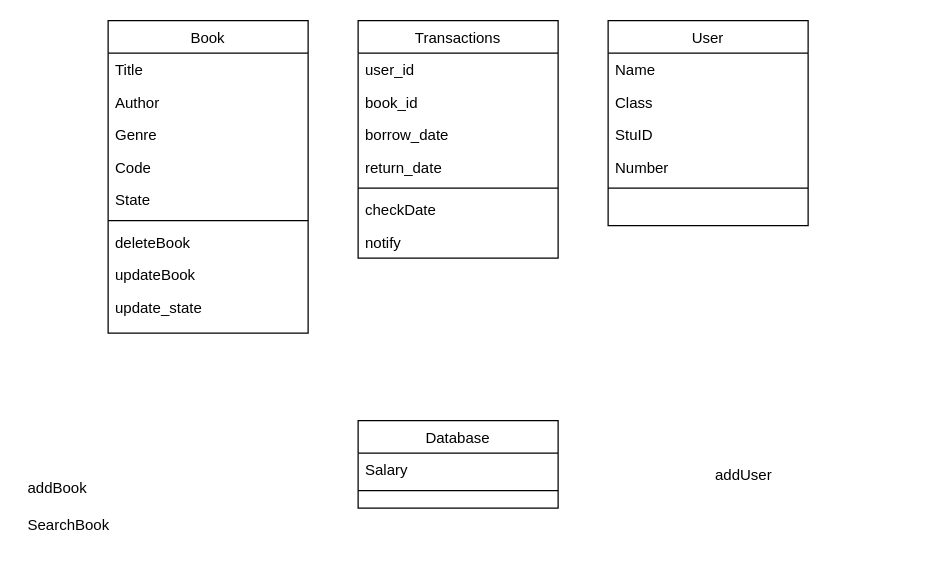
Above: Diagrams/EasyLib.drawio in Kia88DC/EasyLib (draw.io), before the change. Source tidied: cells renumbered, new cells numbered last; positions are measured from the earlier drawing's top-left corner, leaving out a move shared by most shapes. Both pictures are drawn from the tidied source at 125%, with x=0, y=0 at pixel (20, 20).
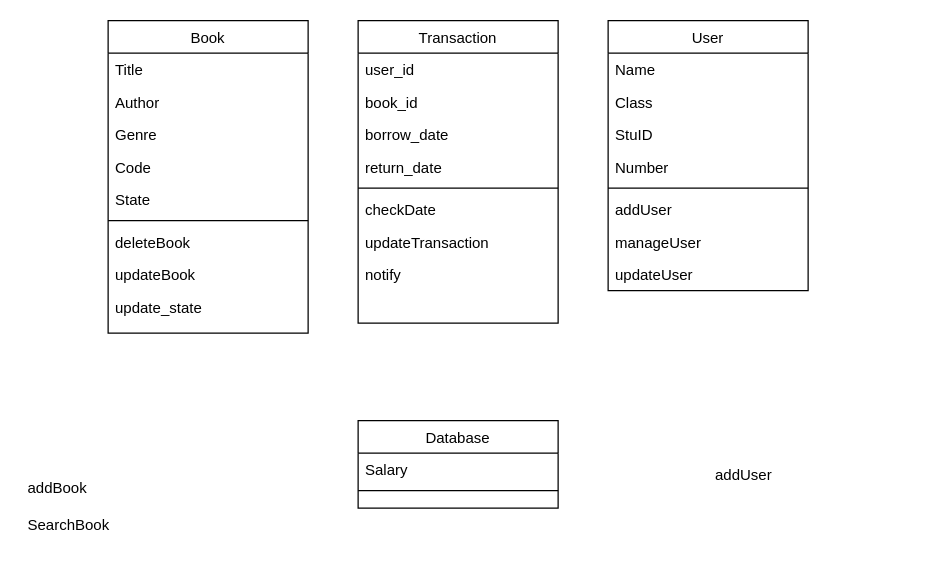
Above is the later version.

What changed in the source:
```diff
@@
-    <mxCell id="2" value="Transactions" style="swimlane;fontStyle=0;align=center;verticalAlign=top;horizontal=1;startSize=26;rounded=0;shadow=0;strokeWidth=1;" parent="1" vertex="1">
-      <mxGeometry x="270" width="160" height="190" as="geometry" />
+    <mxCell id="2" value="Transaction" style="swimlane;fontStyle=0;align=center;verticalAlign=top;horizontal=1;startSize=26;rounded=0;shadow=0;strokeWidth=1;" parent="1" vertex="1">
+      <mxGeometry x="270" width="160" height="242" as="geometry" />
     </mxCell>
@@
+    <mxCell id="32" value="updateTransaction" style="text;align=left;verticalAlign=top;spacingLeft=4;spacingRight=4;overflow=hidden;" parent="2" vertex="1">
+      <mxGeometry y="164" width="160" height="26" as="geometry" />
+    </mxCell>
     <mxCell id="9" value="notify" style="text;align=left;verticalAlign=top;spacingLeft=4;spacingRight=4;overflow=hidden;" parent="2" vertex="1">
-      <mxGeometry y="164" width="160" height="26" as="geometry" />
+      <mxGeometry y="190" width="160" height="26" as="geometry" />
     </mxCell>
     <mxCell id="10" value="User" style="swimlane;fontStyle=0;align=center;verticalAlign=top;horizontal=1;startSize=26;rounded=0;shadow=0;strokeWidth=1;" parent="1" vertex="1">
-      <mxGeometry x="470" width="160" height="164" as="geometry" />
+      <mxGeometry x="470" width="160" height="216" as="geometry" />
     </mxCell>
@@
+    <mxCell id="33" value="addUser" style="text;align=left;verticalAlign=top;spacingLeft=4;spacingRight=4;overflow=hidden;" parent="10" vertex="1">
+      <mxGeometry y="138" width="160" height="26" as="geometry" />
+    </mxCell>
+    <mxCell id="34" value="manageUser" style="text;align=left;verticalAlign=top;spacingLeft=4;spacingRight=4;overflow=hidden;" parent="10" vertex="1">
+      <mxGeometry y="164" width="160" height="26" as="geometry" />
+    </mxCell>
+    <mxCell id="35" value="updateUser" style="text;align=left;verticalAlign=top;spacingLeft=4;spacingRight=4;overflow=hidden;" parent="10" vertex="1">
+      <mxGeometry y="190" width="160" height="26" as="geometry" />
+    </mxCell>
```
